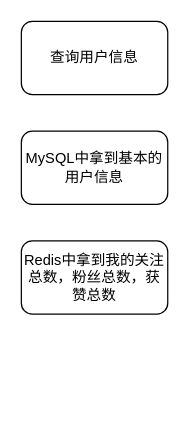
Earlier version of the draw.io diagram 用户模块.drawio (lee11xx/picgo-img). Source tidied: cells renumbered, new cells numbered last; positions are measured from the earlier drawing's top-left corner, leaving out a move shared by most shapes. Both pictures are drawn from the tidied source at 122%, with x=0, y=0 at pixel (21, 21).
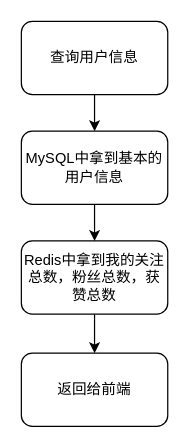
After the change.

Commit message (it also covers changes not shown here):
更新用户模块.drawio

Change to the diagram source:
```diff
@@
 <mxGraphModel>
   <root>
     <mxCell id="0" />
     <mxCell id="1" parent="0" />
+    <mxCell id="5" style="edgeStyle=orthogonalEdgeStyle;rounded=0;jettySize=auto;html=1;" parent="1" edge="1" source="2" target="4">
+      <mxGeometry relative="1" as="geometry" />
+    </mxCell>
     <mxCell id="2" value="查询用户信息" style="rounded=1;whiteSpace=wrap;html=1;" parent="1" vertex="1">
       <mxGeometry width="120" height="60" as="geometry" />
     </mxCell>
+    <mxCell id="6" style="edgeStyle=orthogonalEdgeStyle;rounded=0;jettySize=auto;html=1;" parent="1" edge="1" source="3" target="8">
+      <mxGeometry relative="1" as="geometry" />
+    </mxCell>
     <mxCell id="3" value="Redis中拿到我的关注总数，粉丝总数，获赞总数" style="rounded=1;whiteSpace=wrap;html=1;" parent="1" vertex="1">
       <mxGeometry y="180" width="120" height="60" as="geometry" />
     </mxCell>
+    <mxCell id="7" style="edgeStyle=orthogonalEdgeStyle;rounded=0;jettySize=auto;html=1;" parent="1" edge="1" source="4" target="3">
+      <mxGeometry relative="1" as="geometry" />
+    </mxCell>
     <mxCell id="4" value="MySQL中拿到基本的用户信息" style="rounded=1;whiteSpace=wrap;html=1;" parent="1" vertex="1">
       <mxGeometry y="90" width="120" height="60" as="geometry" />
     </mxCell>
+    <mxCell id="8" value="返回给前端" style="rounded=1;whiteSpace=wrap;html=1;" parent="1" vertex="1">
+      <mxGeometry y="272" width="120" height="60" as="geometry" />
+    </mxCell>
   </root>
 </mxGraphModel>
```
